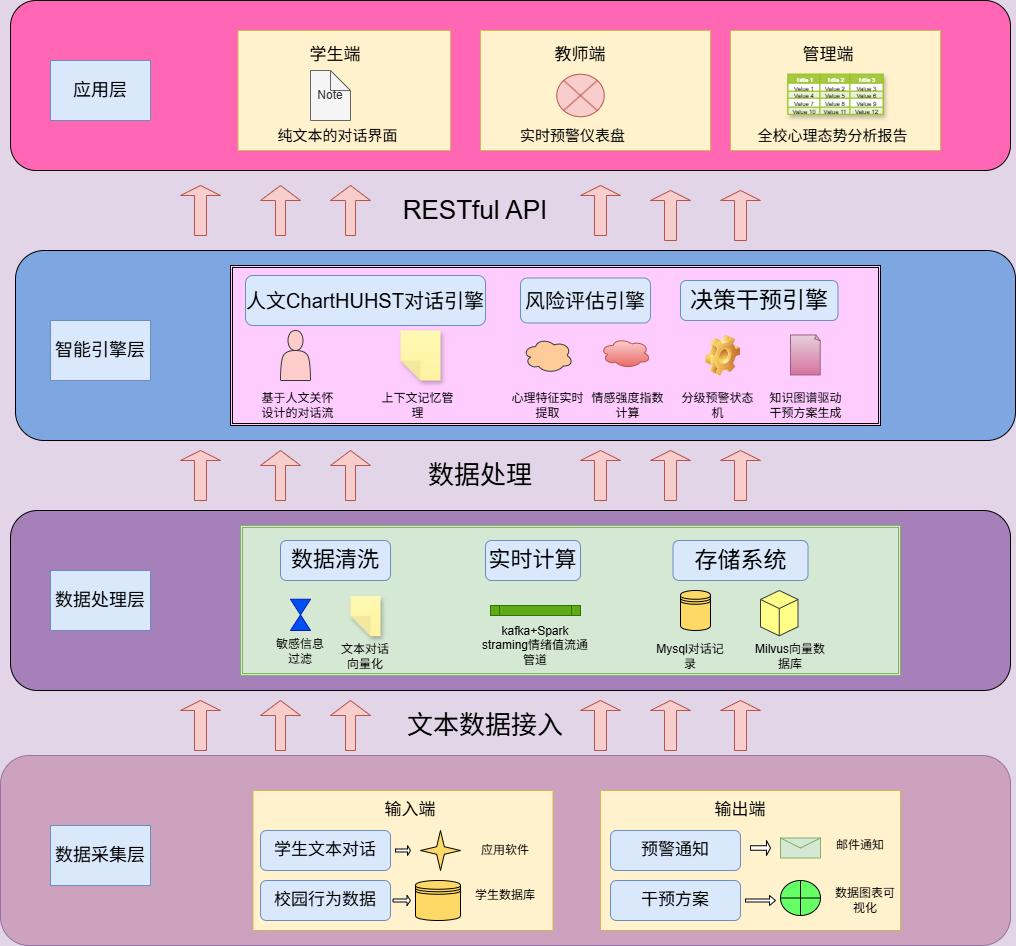
Above: 人文心语通.drawio.png in abbb45678/test (draw.io), before the change. Source tidied: cells renumbered, new cells last; positions are measured from the earlier drawing's top-left corner, leaving out a move shared by most shapes.
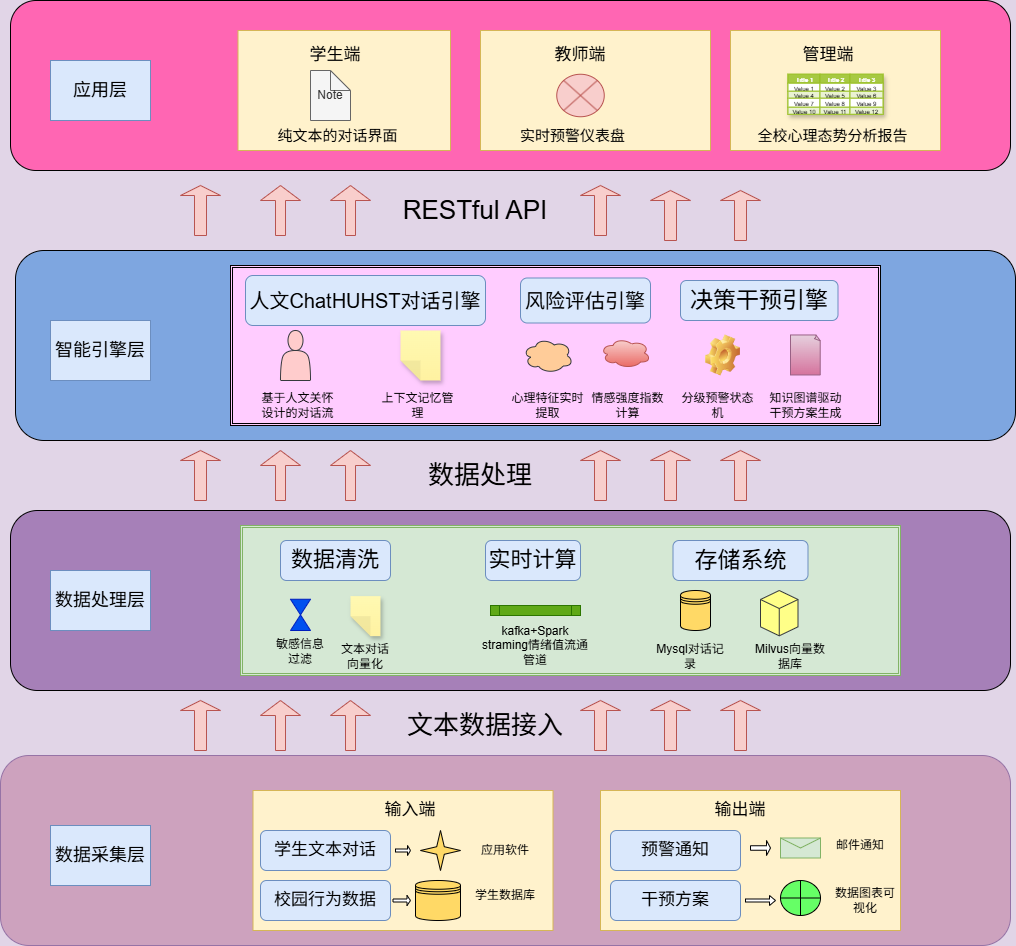
After the change.

Commit message:
更新人文心语通.drawio.png

What changed in the source:
```diff
@@ -197,7 +197,7 @@
     <mxCell id="66" style="shape=ext;double=1;rounded=0;whiteSpace=wrap;html=1;fillColor=#FFCCFF;" parent="1" vertex="1">
       <mxGeometry x="230" y="265" width="650" height="160" as="geometry" />
     </mxCell>
-    <mxCell id="67" value="&lt;font style=&quot;font-size: 20px;&quot;&gt;人文ChartHUHST对话引擎&lt;/font&gt;" style="rounded=1;whiteSpace=wrap;html=1;fillColor=#dae8fc;strokeColor=#6c8ebf;" parent="1" vertex="1">
+    <mxCell id="67" value="&lt;font style=&quot;font-size: 20px;&quot;&gt;人文ChatHUHST对话引擎&lt;/font&gt;" style="rounded=1;whiteSpace=wrap;html=1;fillColor=#dae8fc;strokeColor=#6c8ebf;" parent="1" vertex="1">
       <mxGeometry x="245" y="275" width="240" height="50" as="geometry" />
     </mxCell>
     <mxCell id="68" value="&lt;font style=&quot;font-size: 20px;&quot;&gt;风险评估引擎&lt;/font&gt;" style="rounded=1;whiteSpace=wrap;html=1;fillColor=#dae8fc;strokeColor=#6c8ebf;" parent="1" vertex="1">
```
